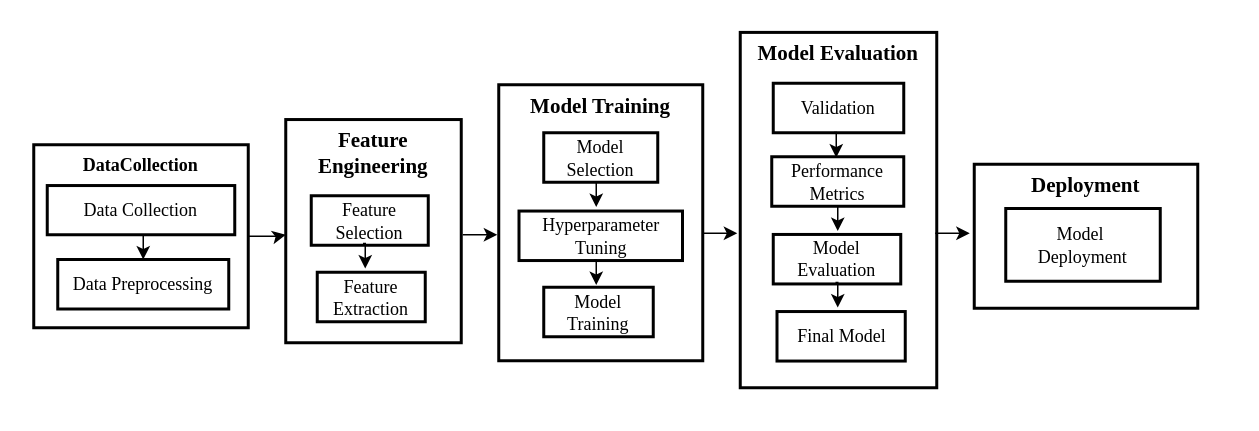
Above: data flow for ml.drawio in HEMATHCHANDRAN/ML (draw.io), before the change. Source tidied: cells renumbered, new cells numbered last; positions are measured from the earlier drawing's top-left corner, leaving out a move shared by most shapes. Both pictures are drawn from the tidied source at 150%, with x=0, y=0 at pixel (33, 32).
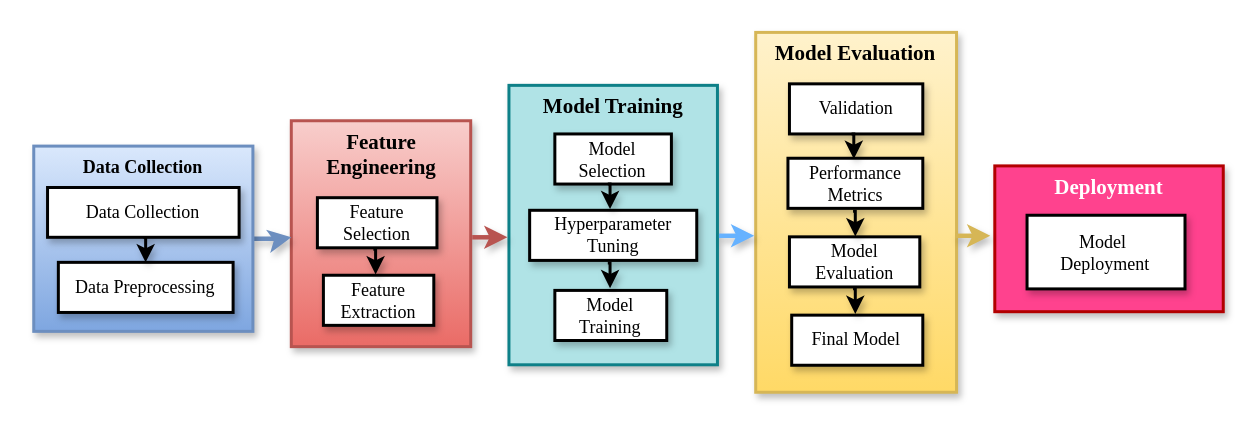
Above is the later version.

Change to the diagram source:
```diff
@@
+    <mxCell id="30" style="group;shadow=1;" parent="1" vertex="1">
+      <mxGeometry y="0.1" width="793" height="239.9" as="geometry" />
+    </mxCell>
-    <mxCell id="2" value="Deployment" style="whiteSpace=wrap;strokeWidth=2;verticalAlign=top;fontFamily=Times New Roman;fontStyle=1;fontSize=14;" parent="1" vertex="1">
-      <mxGeometry x="627" y="88" width="149" height="96" as="geometry" />
+    <mxCell id="2" value="Deployment" style="whiteSpace=wrap;strokeWidth=2;verticalAlign=top;fontFamily=Times New Roman;fontStyle=1;fontSize=14;fillColor=#FF428E;fontColor=#ffffff;strokeColor=#B20000;fillStyle=solid;shadow=1;" parent="30" vertex="1">
+      <mxGeometry x="640.7" y="89" width="152.3" height="97.2" as="geometry" />
     </mxCell>
-    <mxCell id="3" value="Model &#10;Deployment" style="whiteSpace=wrap;strokeWidth=2;fontFamily=Times New Roman;" parent="1" vertex="1">
-      <mxGeometry x="648" y="117.5" width="103" height="48.5" as="geometry" />
+    <mxCell id="3" value="Model &#10;Deployment" style="whiteSpace=wrap;strokeWidth=2;fontFamily=Times New Roman;shadow=1;" parent="30" vertex="1">
+      <mxGeometry x="662.2" y="121.9" width="105.3" height="49.1" as="geometry" />
     </mxCell>
-    <mxCell id="4" value="Feature&#10;Engineering" style="whiteSpace=wrap;strokeWidth=2;verticalAlign=top;fontFamily=Times New Roman;fontStyle=1;fontSize=14;" parent="1" vertex="1">
-      <mxGeometry x="168" y="58.2" width="117" height="148.8" as="geometry" />
+    <mxCell id="4" value="Feature&#10;Engineering" style="whiteSpace=wrap;strokeWidth=2;verticalAlign=top;fontFamily=Times New Roman;fontStyle=1;fontSize=14;fillColor=#f8cecc;strokeColor=#b85450;gradientColor=#ea6b66;shadow=1;" parent="30" vertex="1">
+      <mxGeometry x="171.7" y="58.9" width="119.6" height="150.6" as="geometry" />
     </mxCell>
-    <mxCell id="5" value="Feature Selection" style="whiteSpace=wrap;strokeWidth=2;fontFamily=Times New Roman;" parent="1" vertex="1">
-      <mxGeometry x="185" y="109" width="78" height="33" as="geometry" />
+    <mxCell id="5" value="Feature Selection" style="whiteSpace=wrap;strokeWidth=2;fontFamily=Times New Roman;shadow=1;" parent="30" vertex="1">
+      <mxGeometry x="189.1" y="110.2" width="79.7" height="33.4" as="geometry" />
     </mxCell>
-    <mxCell id="6" value="Feature Extraction" style="whiteSpace=wrap;strokeWidth=2;fontFamily=Times New Roman;" parent="1" vertex="1">
-      <mxGeometry x="189" y="160" width="72" height="33" as="geometry" />
+    <mxCell id="6" value="Feature Extraction" style="whiteSpace=wrap;strokeWidth=2;fontFamily=Times New Roman;shadow=1;" parent="30" vertex="1">
+      <mxGeometry x="193.1" y="161.9" width="73.6" height="33.4" as="geometry" />
     </mxCell>
-    <mxCell id="7" style="edgeStyle=orthogonalEdgeStyle;rounded=0;jettySize=auto;html=1;fontFamily=Times New Roman;" parent="1" edge="1" source="8">
+    <mxCell id="7" style="edgeStyle=orthogonalEdgeStyle;rounded=0;jettySize=auto;html=1;fontFamily=Times New Roman;fillColor=#dae8fc;strokeColor=#6c8ebf;strokeWidth=3;shadow=1;" parent="30" edge="1" source="8">
       <mxGeometry relative="1" as="geometry">
-        <mxPoint x="168" y="135" as="targetPoint" />
+        <mxPoint x="171.7" y="136.6" as="targetPoint" />
       </mxGeometry>
     </mxCell>
-    <mxCell id="8" value="DataCollection" style="whiteSpace=wrap;strokeWidth=2;verticalAlign=top;fontStyle=1;fontFamily=Times New Roman;" parent="1" vertex="1">
-      <mxGeometry y="75" width="143" height="122" as="geometry" />
+    <mxCell id="8" value="Data Collection" style="whiteSpace=wrap;strokeWidth=2;verticalAlign=top;fontStyle=1;fontFamily=Times New Roman;fillColor=#dae8fc;strokeColor=#6c8ebf;gradientColor=#7ea6e0;shadow=1;" parent="30" vertex="1">
+      <mxGeometry y="75.8" width="146.1" height="123.5" as="geometry" />
     </mxCell>
-    <mxCell id="9" value="Data Preprocessing" style="whiteSpace=wrap;strokeWidth=2;fontFamily=Times New Roman;" parent="1" vertex="1">
-      <mxGeometry x="16" y="151.5" width="114" height="33" as="geometry" />
+    <mxCell id="9" value="Data Preprocessing" style="whiteSpace=wrap;strokeWidth=2;fontFamily=Times New Roman;shadow=1;" parent="30" vertex="1">
+      <mxGeometry x="16.4" y="153.3" width="116.5" height="33.4" as="geometry" />
     </mxCell>
-    <mxCell id="10" style="edgeStyle=orthogonalEdgeStyle;rounded=0;orthogonalLoop=1;jettySize=auto;html=1;" parent="1" edge="1">
+    <mxCell id="10" style="edgeStyle=orthogonalEdgeStyle;rounded=0;orthogonalLoop=1;jettySize=auto;html=1;strokeWidth=2;shadow=1;" parent="30" edge="1">
       <mxGeometry relative="1" as="geometry">
-        <mxPoint x="71.5" y="134.9" as="sourcePoint" />
-        <mxPoint x="73" y="151.5" as="targetPoint" />
+        <mxPoint x="73.1" y="136.5" as="sourcePoint" />
+        <mxPoint x="74.6" y="153.3" as="targetPoint" />
       </mxGeometry>
     </mxCell>
-    <mxCell id="11" value="Data Collection" style="whiteSpace=wrap;strokeWidth=2;fontFamily=Times New Roman;" parent="1" vertex="1">
-      <mxGeometry x="9" y="102.2" width="125" height="32.8" as="geometry" />
+    <mxCell id="11" value="Data Collection" style="whiteSpace=wrap;strokeWidth=2;fontFamily=Times New Roman;shadow=1;" parent="30" vertex="1">
+      <mxGeometry x="9.2" y="103.4" width="127.7" height="33.2" as="geometry" />
     </mxCell>
-    <mxCell id="12" value="Model Training" style="whiteSpace=wrap;strokeWidth=2;verticalAlign=top;fontFamily=Times New Roman;fontSize=14;fontStyle=1;" parent="1" vertex="1">
-      <mxGeometry x="310" y="35" width="136" height="184" as="geometry" />
+    <mxCell id="12" value="Model Training" style="whiteSpace=wrap;strokeWidth=2;verticalAlign=top;fontFamily=Times New Roman;fontSize=14;fontStyle=1;fillColor=#b0e3e6;strokeColor=#0e8088;shadow=1;" parent="30" vertex="1">
+      <mxGeometry x="316.8" y="35.3" width="139" height="186.3" as="geometry" />
     </mxCell>
-    <mxCell id="13" value="Model Selection" style="whiteSpace=wrap;strokeWidth=2;fontFamily=Times New Roman;" parent="1" vertex="1">
-      <mxGeometry x="340" y="67" width="76" height="33" as="geometry" />
+    <mxCell id="13" value="Model Selection" style="whiteSpace=wrap;strokeWidth=2;fontFamily=Times New Roman;shadow=1;" parent="30" vertex="1">
+      <mxGeometry x="347.4" y="67.7" width="77.7" height="33.4" as="geometry" />
     </mxCell>
-    <mxCell id="14" value="Hyperparameter Tuning" style="whiteSpace=wrap;strokeWidth=2;fontFamily=Times New Roman;" parent="1" vertex="1">
-      <mxGeometry x="323.5" y="119.2" width="109" height="33" as="geometry" />
+    <mxCell id="14" value="Hyperparameter Tuning" style="whiteSpace=wrap;strokeWidth=2;fontFamily=Times New Roman;shadow=1;" parent="30" vertex="1">
+      <mxGeometry x="330.6" y="118.6" width="111.4" height="33.4" as="geometry" />
     </mxCell>
-    <mxCell id="15" value="Model Training" style="whiteSpace=wrap;strokeWidth=2;fontFamily=Times New Roman;" parent="1" vertex="1">
-      <mxGeometry x="340" y="170" width="73" height="33" as="geometry" />
+    <mxCell id="15" value="Model Training" style="whiteSpace=wrap;strokeWidth=2;fontFamily=Times New Roman;shadow=1;" parent="30" vertex="1">
+      <mxGeometry x="347.4" y="172" width="74.6" height="33.4" as="geometry" />
     </mxCell>
-    <mxCell id="16" value="Model Evaluation" style="whiteSpace=wrap;strokeWidth=2;verticalAlign=top;fontFamily=Times New Roman;fontStyle=1;fontSize=14;" parent="1" vertex="1">
-      <mxGeometry x="471" y="0.1" width="131" height="236.9" as="geometry" />
+    <mxCell id="16" value="Model Evaluation" style="whiteSpace=wrap;strokeWidth=2;verticalAlign=top;fontFamily=Times New Roman;fontStyle=1;fontSize=14;fillColor=#fff2cc;strokeColor=#d6b656;gradientColor=#ffd966;shadow=1;" parent="30" vertex="1">
+      <mxGeometry x="481.3" width="133.9" height="239.9" as="geometry" />
     </mxCell>
-    <mxCell id="17" value="Validation" style="whiteSpace=wrap;strokeWidth=2;fontFamily=Times New Roman;" parent="1" vertex="1">
-      <mxGeometry x="493" y="34" width="87" height="33" as="geometry" />
+    <mxCell id="17" value="Validation" style="whiteSpace=wrap;strokeWidth=2;fontFamily=Times New Roman;shadow=1;" parent="30" vertex="1">
+      <mxGeometry x="503.8" y="34.3" width="88.9" height="33.4" as="geometry" />
     </mxCell>
-    <mxCell id="18" value="Performance Metrics" style="whiteSpace=wrap;strokeWidth=2;fontFamily=Times New Roman;" parent="1" vertex="1">
-      <mxGeometry x="492" y="83" width="88" height="33" as="geometry" />
+    <mxCell id="18" value="Performance Metrics" style="whiteSpace=wrap;strokeWidth=2;fontFamily=Times New Roman;shadow=1;" parent="30" vertex="1">
+      <mxGeometry x="502.8" y="83.9" width="89.9" height="33.4" as="geometry" />
     </mxCell>
-    <mxCell id="19" value="Model Evaluation" style="whiteSpace=wrap;strokeWidth=2;fontFamily=Times New Roman;" parent="1" vertex="1">
-      <mxGeometry x="493" y="134.8" width="85" height="33" as="geometry" />
+    <mxCell id="19" value="Model Evaluation" style="whiteSpace=wrap;strokeWidth=2;fontFamily=Times New Roman;shadow=1;" parent="30" vertex="1">
+      <mxGeometry x="503.8" y="136.3" width="86.9" height="33.4" as="geometry" />
     </mxCell>
-    <mxCell id="20" value="Final Model" style="whiteSpace=wrap;strokeWidth=2;fontFamily=Times New Roman;" parent="1" vertex="1">
-      <mxGeometry x="495.5" y="186.2" width="85.5" height="33" as="geometry" />
+    <mxCell id="20" value="Final Model" style="whiteSpace=wrap;strokeWidth=2;fontFamily=Times New Roman;shadow=1;" parent="30" vertex="1">
+      <mxGeometry x="505.3" y="188.5" width="87.4" height="33.4" as="geometry" />
     </mxCell>
-    <mxCell id="21" style="edgeStyle=orthogonalEdgeStyle;rounded=0;orthogonalLoop=1;jettySize=auto;html=1;fontFamily=Times New Roman;" parent="1" edge="1">
+    <mxCell id="21" style="edgeStyle=orthogonalEdgeStyle;rounded=0;orthogonalLoop=1;jettySize=auto;html=1;fontFamily=Times New Roman;fillColor=#f8cecc;strokeColor=#b85450;strokeWidth=3;shadow=1;" parent="30" edge="1">
       <mxGeometry relative="1" as="geometry">
-        <mxPoint x="286" y="135" as="sourcePoint" />
-        <mxPoint x="309" y="135" as="targetPoint" />
+        <mxPoint x="292.3" y="136.6" as="sourcePoint" />
+        <mxPoint x="315.8" y="136.6" as="targetPoint" />
       </mxGeometry>
     </mxCell>
-    <mxCell id="22" style="edgeStyle=orthogonalEdgeStyle;rounded=0;orthogonalLoop=1;jettySize=auto;html=1;fontFamily=Times New Roman;" parent="1" edge="1">
+    <mxCell id="22" style="edgeStyle=orthogonalEdgeStyle;rounded=0;orthogonalLoop=1;jettySize=auto;html=1;fontFamily=Times New Roman;fillColor=#f9f7ed;strokeColor=#66B2FF;strokeWidth=3;shadow=1;" parent="30" edge="1">
       <mxGeometry relative="1" as="geometry">
-        <mxPoint x="446" y="134" as="sourcePoint" />
-        <mxPoint x="469" y="134" as="targetPoint" />
+        <mxPoint x="456.8" y="135.6" as="sourcePoint" />
+        <mxPoint x="480.3" y="135.6" as="targetPoint" />
       </mxGeometry>
     </mxCell>
-    <mxCell id="23" style="edgeStyle=orthogonalEdgeStyle;rounded=0;orthogonalLoop=1;jettySize=auto;html=1;fontFamily=Times New Roman;" parent="1" edge="1">
+    <mxCell id="23" style="edgeStyle=orthogonalEdgeStyle;rounded=0;orthogonalLoop=1;jettySize=auto;html=1;fontFamily=Times New Roman;fillColor=#fff2cc;strokeColor=#d6b656;strokeWidth=3;shadow=1;" parent="30" edge="1">
       <mxGeometry relative="1" as="geometry">
-        <mxPoint x="601" y="134" as="sourcePoint" />
-        <mxPoint x="624" y="134" as="targetPoint" />
+        <mxPoint x="614.2" y="135.6" as="sourcePoint" />
+        <mxPoint x="637.7" y="135.6" as="targetPoint" />
       </mxGeometry>
     </mxCell>
-    <mxCell id="24" style="edgeStyle=orthogonalEdgeStyle;rounded=0;orthogonalLoop=1;jettySize=auto;html=1;" parent="1" edge="1">
+    <mxCell id="24" style="edgeStyle=orthogonalEdgeStyle;rounded=0;orthogonalLoop=1;jettySize=auto;html=1;strokeWidth=2;shadow=1;" parent="30" edge="1">
       <mxGeometry relative="1" as="geometry">
-        <mxPoint x="219.5" y="140.9" as="sourcePoint" />
-        <mxPoint x="221" y="157.5" as="targetPoint" />
+        <mxPoint x="226.4" y="144.6" as="sourcePoint" />
+        <mxPoint x="227.9" y="161.4" as="targetPoint" />
       </mxGeometry>
     </mxCell>
-    <mxCell id="25" style="edgeStyle=orthogonalEdgeStyle;rounded=0;orthogonalLoop=1;jettySize=auto;html=1;" parent="1" edge="1">
+    <mxCell id="25" style="edgeStyle=orthogonalEdgeStyle;rounded=0;orthogonalLoop=1;jettySize=auto;html=1;strokeWidth=2;shadow=1;" parent="30" edge="1">
       <mxGeometry relative="1" as="geometry">
-        <mxPoint x="373.5" y="99.9" as="sourcePoint" />
-        <mxPoint x="375" y="116.5" as="targetPoint" />
+        <mxPoint x="382.7" y="101.1" as="sourcePoint" />
+        <mxPoint x="384.2" y="117.8" as="targetPoint" />
       </mxGeometry>
     </mxCell>
-    <mxCell id="26" style="edgeStyle=orthogonalEdgeStyle;rounded=0;orthogonalLoop=1;jettySize=auto;html=1;" parent="1" edge="1">
+    <mxCell id="26" style="edgeStyle=orthogonalEdgeStyle;rounded=0;orthogonalLoop=1;jettySize=auto;html=1;strokeWidth=2;shadow=1;" parent="30" edge="1">
       <mxGeometry relative="1" as="geometry">
-        <mxPoint x="533.5" y="66.9" as="sourcePoint" />
-        <mxPoint x="535" y="83.5" as="targetPoint" />
+        <mxPoint x="545.2" y="67.7" as="sourcePoint" />
+        <mxPoint x="546.7" y="84.4" as="targetPoint" />
       </mxGeometry>
     </mxCell>
-    <mxCell id="27" style="edgeStyle=orthogonalEdgeStyle;rounded=0;orthogonalLoop=1;jettySize=auto;html=1;" parent="1" edge="1">
+    <mxCell id="27" style="edgeStyle=orthogonalEdgeStyle;rounded=0;orthogonalLoop=1;jettySize=auto;html=1;strokeWidth=2;shadow=1;" parent="30" edge="1">
       <mxGeometry relative="1" as="geometry">
-        <mxPoint x="373.5" y="151.9" as="sourcePoint" />
-        <mxPoint x="375" y="168.5" as="targetPoint" />
+        <mxPoint x="382.7" y="153.7" as="sourcePoint" />
+        <mxPoint x="384.2" y="170.5" as="targetPoint" />
       </mxGeometry>
     </mxCell>
-    <mxCell id="28" style="edgeStyle=orthogonalEdgeStyle;rounded=0;orthogonalLoop=1;jettySize=auto;html=1;" parent="1" edge="1">
+    <mxCell id="28" style="edgeStyle=orthogonalEdgeStyle;rounded=0;orthogonalLoop=1;jettySize=auto;html=1;strokeWidth=2;shadow=1;" parent="30" edge="1">
       <mxGeometry relative="1" as="geometry">
-        <mxPoint x="534.5" y="115.9" as="sourcePoint" />
-        <mxPoint x="536" y="132.5" as="targetPoint" />
+        <mxPoint x="546.2" y="119.3" as="sourcePoint" />
+        <mxPoint x="547.7" y="136.1" as="targetPoint" />
       </mxGeometry>
     </mxCell>
-    <mxCell id="29" style="edgeStyle=orthogonalEdgeStyle;rounded=0;orthogonalLoop=1;jettySize=auto;html=1;" parent="1" edge="1">
+    <mxCell id="29" style="edgeStyle=orthogonalEdgeStyle;rounded=0;orthogonalLoop=1;jettySize=auto;html=1;strokeWidth=2;shadow=1;" parent="30" edge="1">
       <mxGeometry relative="1" as="geometry">
-        <mxPoint x="534.5" y="166.9" as="sourcePoint" />
-        <mxPoint x="536" y="183.5" as="targetPoint" />
+        <mxPoint x="546.2" y="170.9" as="sourcePoint" />
+        <mxPoint x="547.7" y="187.7" as="targetPoint" />
       </mxGeometry>
     </mxCell>
```
